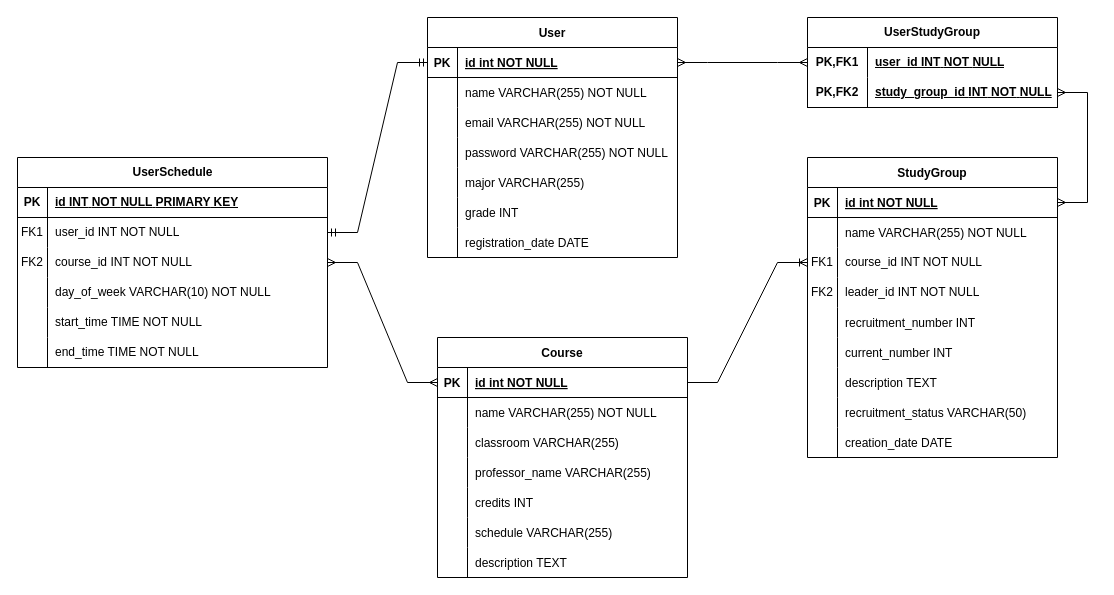
The draw.io diagram demo/제목 없는 다이어그램.drawio in ittnw39/StudyThing, before the edit. Source tidied: cells renumbered, new cells numbered last; positions are measured from the earlier drawing's top-left corner, leaving out a move shared by most shapes. Both pictures are drawn from the tidied source at 100%, with x=0, y=0 at pixel (17, 17).
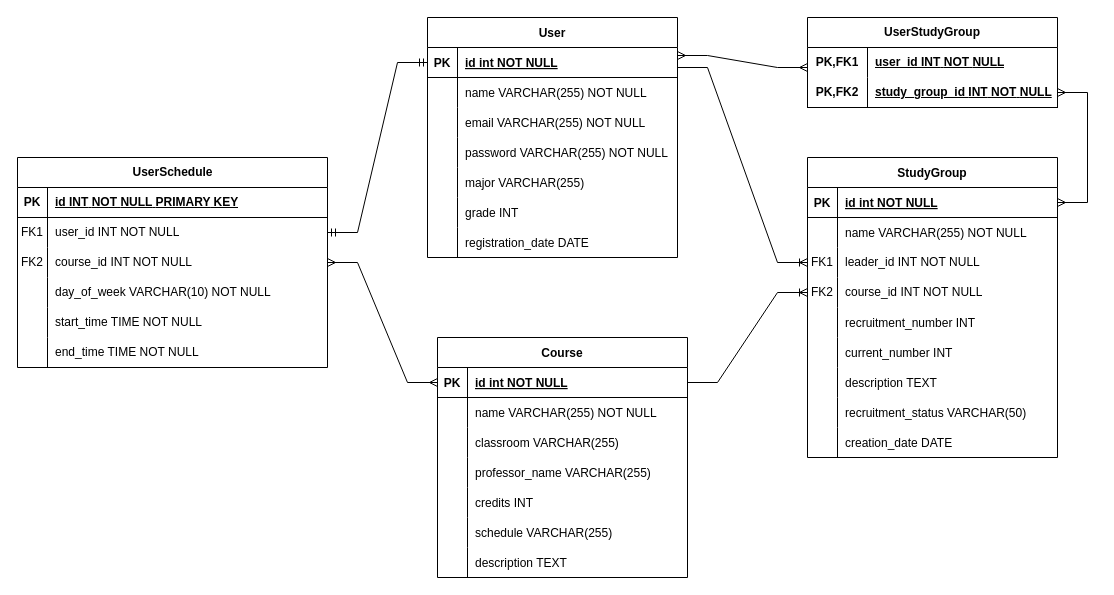
The same diagram, later.

The change refers to these unchanged cells:
```xml
<mxCell id="3" style="shape=partialRectangle;fillColor=none;points=[[0,0.5],[1,0.5]];portConstraint=eastwest;top=0;left=0;right=0;bottom=1;" parent="2" vertex="1">
  <mxGeometry y="30" width="250" height="30" as="geometry" />
</mxCell>
<mxCell id="31" style="shape=tableRow;horizontal=0;startSize=0;swimlaneHead=0;swimlaneBody=0;fillColor=none;points=[[0,0.5],[1,0.5]];portConstraint=eastwest;top=0;left=0;right=0;bottom=0;" parent="24" vertex="1">
  <mxGeometry y="90" width="250" height="30" as="geometry" />
</mxCell>
<mxCell id="34" style="shape=tableRow;horizontal=0;startSize=0;swimlaneHead=0;swimlaneBody=0;fillColor=none;points=[[0,0.5],[1,0.5]];portConstraint=eastwest;top=0;left=0;right=0;bottom=0;" parent="24" vertex="1">
  <mxGeometry y="120" width="250" height="30" as="geometry" />
</mxCell>
<mxCell id="53" style="shape=partialRectangle;fillColor=none;points=[[0,0.5],[1,0.5]];portConstraint=eastwest;top=0;left=0;right=0;bottom=1;" parent="52" vertex="1">
  <mxGeometry y="30" width="250" height="30" as="geometry" />
</mxCell>
<mxCell id="94" style="shape=tableRow;horizontal=0;startSize=0;swimlaneHead=0;swimlaneBody=0;fillColor=none;points=[[0,0.5],[1,0.5]];portConstraint=eastwest;top=0;left=0;right=0;bottom=0;html=1;" parent="93" vertex="1">
  <mxGeometry y="30" width="250" height="30" as="geometry" />
</mxCell>
```

Change to the diagram source:
```diff
@@
-    <mxCell id="33" value="course_id &lt;span class=&quot;hljs-type&quot;&gt;INT&lt;/span&gt; &lt;span class=&quot;hljs-keyword&quot;&gt;NOT&lt;/span&gt; &lt;span class=&quot;hljs-keyword&quot;&gt;NULL&lt;/span&gt;" style="shape=partialRectangle;fillColor=none;top=0;left=0;bottom=0;right=0;align=left;spacingLeft=6;fontStyle=0;overflow=hidden;whiteSpace=wrap;html=1;" parent="31" vertex="1">
+    <mxCell id="33" value="leader_id&amp;nbsp;&lt;span class=&quot;hljs-type&quot;&gt;INT&lt;/span&gt;&amp;nbsp;&lt;span class=&quot;hljs-keyword&quot;&gt;NOT&lt;/span&gt;&amp;nbsp;&lt;span class=&quot;hljs-keyword&quot;&gt;NULL&lt;/span&gt;" style="shape=partialRectangle;fillColor=none;top=0;left=0;bottom=0;right=0;align=left;spacingLeft=6;fontStyle=0;overflow=hidden;whiteSpace=wrap;html=1;" parent="31" vertex="1">
       <mxGeometry x="30" width="220" height="30" as="geometry" />
     </mxCell>
@@
-    <mxCell id="36" value="leader_id &lt;span class=&quot;hljs-type&quot;&gt;INT&lt;/span&gt; &lt;span class=&quot;hljs-keyword&quot;&gt;NOT&lt;/span&gt; &lt;span class=&quot;hljs-keyword&quot;&gt;NULL&lt;/span&gt;" style="shape=partialRectangle;fillColor=none;top=0;left=0;bottom=0;right=0;align=left;spacingLeft=6;fontStyle=0;overflow=hidden;whiteSpace=wrap;html=1;" parent="34" vertex="1">
+    <mxCell id="36" value="&lt;div&gt;&lt;span class=&quot;hljs-keyword&quot;&gt;course_id&amp;nbsp;&lt;span class=&quot;hljs-type&quot;&gt;INT&lt;/span&gt;&amp;nbsp;&lt;span class=&quot;hljs-keyword&quot;&gt;NOT&lt;/span&gt;&amp;nbsp;&lt;span class=&quot;hljs-keyword&quot;&gt;NULL&lt;/span&gt;&lt;br&gt;&lt;/span&gt;&lt;/div&gt;" style="shape=partialRectangle;fillColor=none;top=0;left=0;bottom=0;right=0;align=left;spacingLeft=6;fontStyle=0;overflow=hidden;whiteSpace=wrap;html=1;" parent="34" vertex="1">
       <mxGeometry x="30" width="220" height="30" as="geometry" />
     </mxCell>
@@
-    <mxCell id="102" style="edgeStyle=entityRelationEdgeStyle;fontSize=12;html=1;endArrow=ERmany;startArrow=ERmany;rounded=0;" parent="1" edge="1" source="53" target="94">
-      <mxGeometry relative="1" as="geometry" />
+    <mxCell id="102" style="edgeStyle=entityRelationEdgeStyle;fontSize=12;html=1;endArrow=ERmany;startArrow=ERmany;rounded=0;entryX=0;entryY=0.667;entryDx=0;entryDy=0;entryPerimeter=0;" parent="1" edge="1" target="94">
+      <mxGeometry relative="1" as="geometry">
+        <mxPoint x="660" y="38" as="sourcePoint" />
+      </mxGeometry>
     </mxCell>
@@
-    <mxCell id="104" style="edgeStyle=entityRelationEdgeStyle;fontSize=12;html=1;endArrow=ERoneToMany;rounded=0;" parent="1" edge="1" source="3" target="31">
+    <mxCell id="104" style="edgeStyle=entityRelationEdgeStyle;fontSize=12;html=1;endArrow=ERoneToMany;rounded=0;" parent="1" edge="1" source="3" target="34">
       <mxGeometry relative="1" as="geometry" />
     </mxCell>
+    <mxCell id="105" style="edgeStyle=entityRelationEdgeStyle;fontSize=12;html=1;endArrow=ERoneToMany;rounded=0;" parent="1" edge="1" target="31">
+      <mxGeometry relative="1" as="geometry">
+        <mxPoint x="660" y="50" as="sourcePoint" />
+      </mxGeometry>
+    </mxCell>
```
